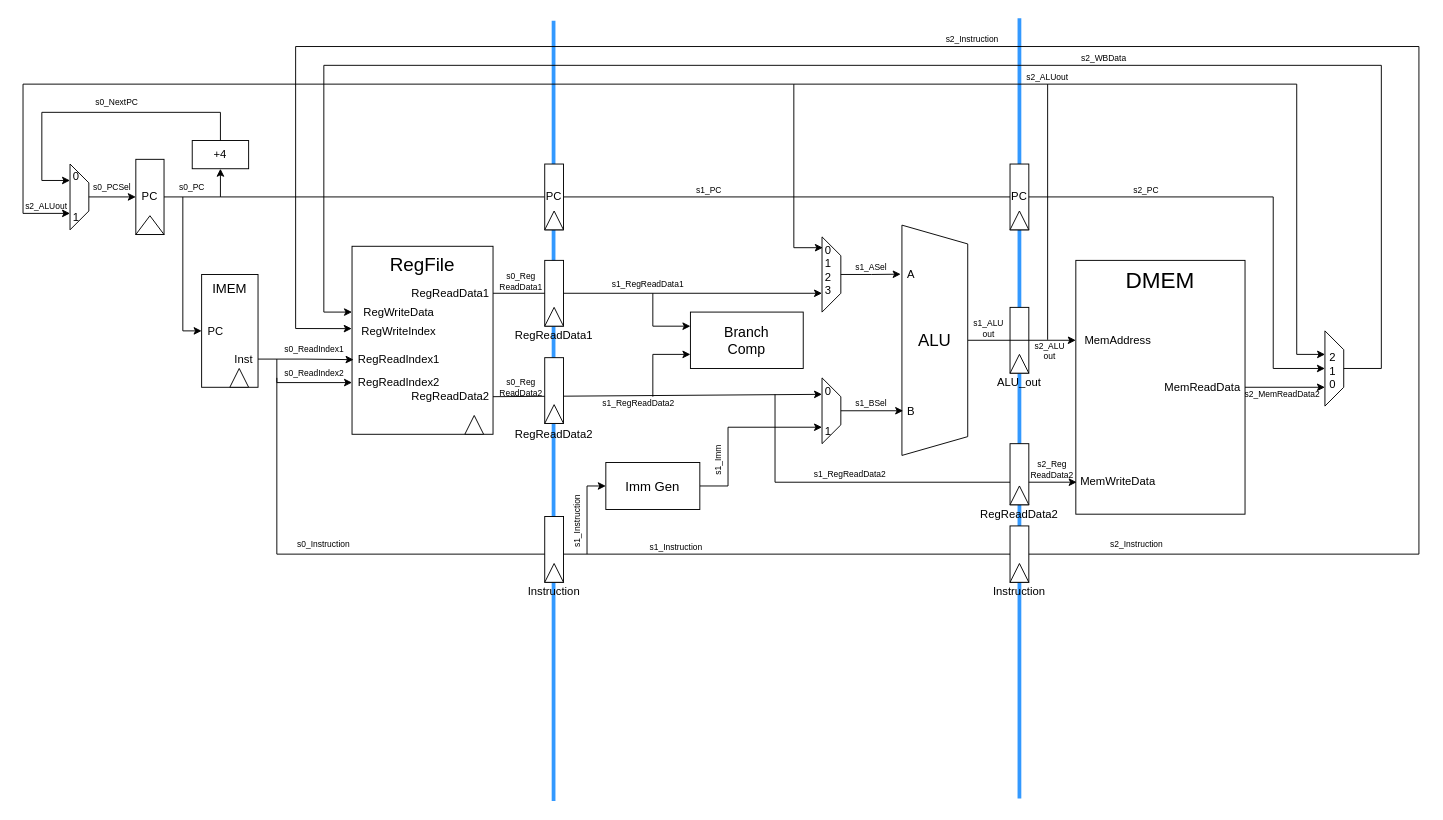
Before: pipeline_diagram.drawio in TerryTang0/eecs151-asic-project-sp26, a draw.io diagram. Source tidied: cells renumbered, new cells numbered last; positions are measured from the earlier drawing's top-left corner, leaving out a move shared by most shapes. Both pictures are drawn from the tidied source at 94%, with x=0, y=0 at pixel (18, 18).
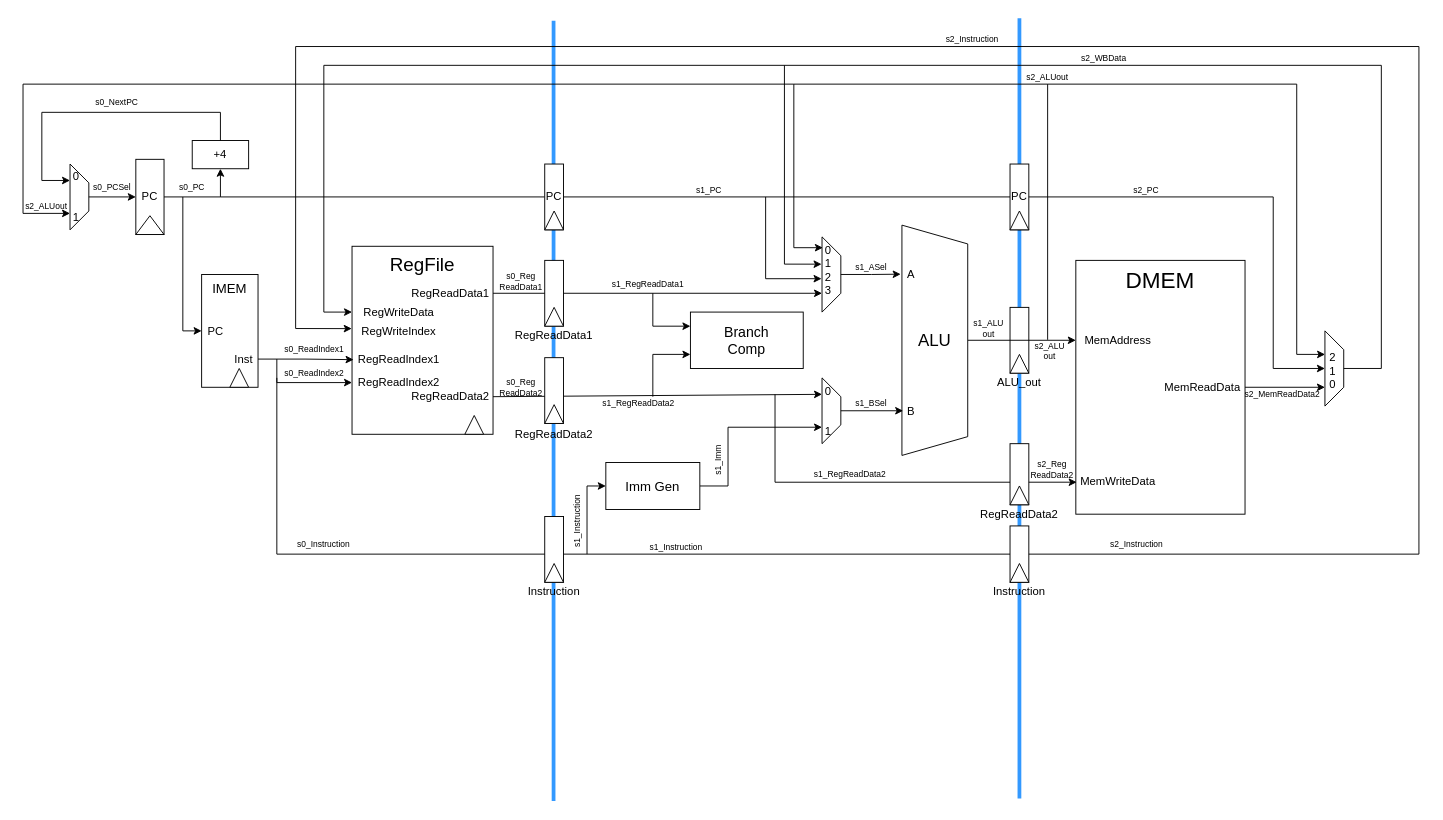
The same diagram, later.

Commit message:
Update data forwarding in pipeline diagram

The change refers to these unchanged cells:
```xml
<mxCell id="25" value="0&amp;nbsp;&amp;nbsp;&lt;br&gt;&lt;div&gt;1&amp;nbsp;&amp;nbsp;&lt;/div&gt;&lt;div&gt;2&amp;nbsp;&amp;nbsp;&lt;/div&gt;&lt;div&gt;3&amp;nbsp;&amp;nbsp;&lt;/div&gt;" style="shape=trapezoid;perimeter=trapezoidPerimeter;whiteSpace=wrap;html=1;shapeInside=1;fixedSize=1;rotation=90;direction=east;horizontal=0;verticalAlign=top;" parent="1" vertex="1">
  <mxGeometry x="825" y="262.5" width="80" height="20" as="geometry" />
</mxCell>
```

What changed in the source:
```diff
@@
+    <mxCell id="109" style="endArrow=classic;html=1;rounded=0;entryX=0.363;entryY=1.025;entryDx=0;entryDy=0;entryPerimeter=0;" parent="1" edge="1" target="25">
+      <mxGeometry relative="1" as="geometry">
+        <mxPoint x="815" y="50" as="sourcePoint" />
+        <Array as="points">
+          <mxPoint x="815" y="261.5" />
+        </Array>
+      </mxGeometry>
+    </mxCell>
+    <mxCell id="110" style="endArrow=classic;html=1;rounded=0;entryX=0.556;entryY=1.025;entryDx=0;entryDy=0;entryPerimeter=0;" parent="1" edge="1" target="25">
+      <mxGeometry relative="1" as="geometry">
+        <mxPoint x="795" y="190" as="sourcePoint" />
+        <Array as="points">
+          <mxPoint x="795" y="277" />
+        </Array>
+      </mxGeometry>
+    </mxCell>
```
